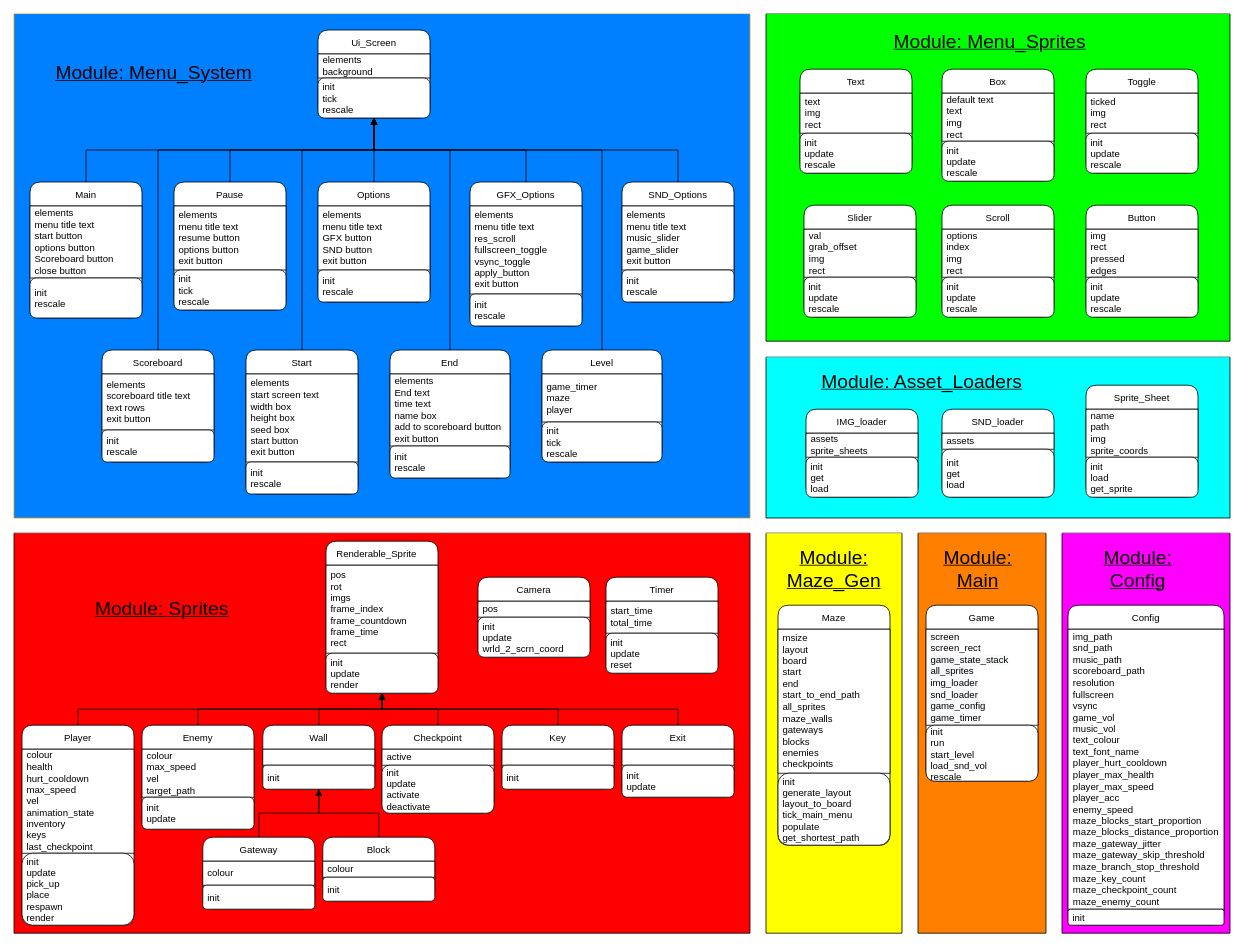
The draw.io diagram class diagrams.drawio in Scaniox/H446-programming-project, before the edit. Source tidied: cells renumbered, new cells numbered last; positions are measured from the earlier drawing's top-left corner, leaving out a move shared by most shapes. Both pictures are drawn from the tidied source at 80%, with x=0, y=0 at pixel (14, 14).
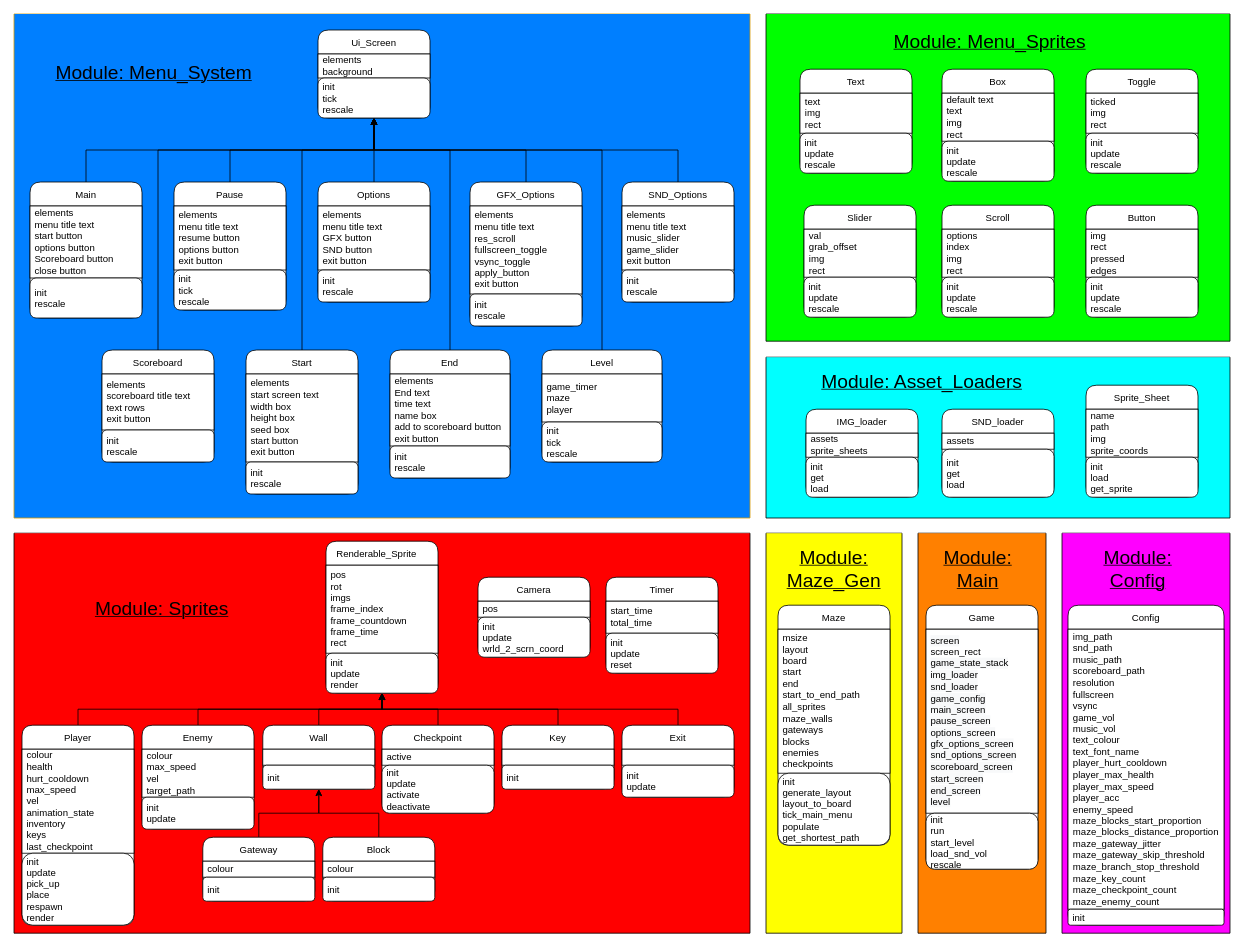
The same page after the edit.

Commit message (it also covers changes not shown here):
design - menu system tests 26 01 22

Unchanged cells that the change refers to:
```xml
<mxCell id="3" style="swimlane;startSize=0;fontSize=18;swimlaneFillColor=#FF0000;" parent="1" vertex="1">
  <mxGeometry y="649" width="920" height="500" as="geometry" />
</mxCell>
<mxCell id="51" style="swimlane;startSize=0;fontSize=36;swimlaneFillColor=#FF8000;" parent="1" vertex="1">
  <mxGeometry x="1130" y="649" width="160" height="500" as="geometry" />
</mxCell>
```

What changed in the source:
```diff
@@
     <mxCell id="20" value="Gateway" style="swimlane;fontStyle=0;horizontal=1;startSize=30;rounded=1;swimlaneFillColor=default;" parent="3" vertex="1">
-      <mxGeometry x="236" y="380" width="140" height="90" as="geometry" />
+      <mxGeometry x="236" y="380" width="140" height="80" as="geometry" />
     </mxCell>
     <mxCell id="21" value="colour" style="rounded=0;whiteSpace=wrap;html=1;align=left;spacingLeft=4;" parent="20" vertex="1">
-      <mxGeometry y="30" width="140" height="30" as="geometry" />
+      <mxGeometry y="30" width="140" height="20" as="geometry" />
     </mxCell>
     <mxCell id="22" value="init" style="text;strokeColor=default;fillColor=default;align=left;verticalAlign=middle;spacingLeft=4;spacingRight=4;overflow=hidden;rounded=1;glass=0;" parent="20" vertex="1">
-      <mxGeometry y="60" width="140" height="30" as="geometry" />
+      <mxGeometry y="50" width="140" height="30" as="geometry" />
     </mxCell>
@@
     <mxCell id="53" value="Game" style="swimlane;fontStyle=0;horizontal=1;startSize=30;rounded=1;swimlaneFillColor=default;" parent="51" vertex="1">
-      <mxGeometry x="10" y="90" width="140" height="220" as="geometry" />
+      <mxGeometry x="10" y="90" width="140" height="330" as="geometry" />
     </mxCell>
-    <mxCell id="54" value="&lt;span style=&quot;color: rgb(0 , 0 , 0) ; font-family: &amp;#34;helvetica&amp;#34; ; font-size: 12px ; font-style: normal ; font-weight: 400 ; letter-spacing: normal ; text-indent: 0px ; text-transform: none ; word-spacing: 0px ; background-color: rgb(248 , 249 , 250) ; display: inline ; float: none&quot;&gt;screen&lt;br&gt;&lt;/span&gt;screen_rect&lt;br style=&quot;padding: 0px ; margin: 0px ; color: rgb(0 , 0 , 0) ; font-family: &amp;#34;helvetica&amp;#34; ; font-size: 12px ; font-style: normal ; font-weight: 400 ; letter-spacing: normal ; text-indent: 0px ; text-transform: none ; word-spacing: 0px ; background-color: rgb(248 , 249 , 250)&quot;&gt;&lt;span style=&quot;color: rgb(0 , 0 , 0) ; font-family: &amp;#34;helvetica&amp;#34; ; font-size: 12px ; font-style: normal ; font-weight: 400 ; letter-spacing: normal ; text-indent: 0px ; text-transform: none ; word-spacing: 0px ; background-color: rgb(248 , 249 , 250) ; display: inline ; float: none&quot;&gt;game_state_stack&lt;/span&gt;&lt;br style=&quot;padding: 0px ; margin: 0px ; color: rgb(0 , 0 , 0) ; font-family: &amp;#34;helvetica&amp;#34; ; font-size: 12px ; font-style: normal ; font-weight: 400 ; letter-spacing: normal ; text-indent: 0px ; text-transform: none ; word-spacing: 0px ; background-color: rgb(248 , 249 , 250)&quot;&gt;&lt;span style=&quot;color: rgb(0 , 0 , 0) ; font-family: &amp;#34;helvetica&amp;#34; ; font-size: 12px ; font-style: normal ; font-weight: 400 ; letter-spacing: normal ; text-indent: 0px ; text-transform: none ; word-spacing: 0px ; background-color: rgb(248 , 249 , 250) ; display: inline ; float: none&quot;&gt;all_sprites&lt;/span&gt;&lt;br style=&quot;padding: 0px ; margin: 0px ; color: rgb(0 , 0 , 0) ; font-family: &amp;#34;helvetica&amp;#34; ; font-size: 12px ; font-style: normal ; font-weight: 400 ; letter-spacing: normal ; text-indent: 0px ; text-transform: none ; word-spacing: 0px ; background-color: rgb(248 , 249 , 250)&quot;&gt;&lt;span style=&quot;color: rgb(0 , 0 , 0) ; font-family: &amp;#34;helvetica&amp;#34; ; font-size: 12px ; font-style: normal ; font-weight: 400 ; letter-spacing: normal ; text-indent: 0px ; text-transform: none ; word-spacing: 0px ; background-color: rgb(248 , 249 , 250) ; display: inline ; float: none&quot;&gt;img_loader&lt;/span&gt;&lt;br style=&quot;padding: 0px ; margin: 0px ; color: rgb(0 , 0 , 0) ; font-family: &amp;#34;helvetica&amp;#34; ; font-size: 12px ; font-style: normal ; font-weight: 400 ; letter-spacing: normal ; text-indent: 0px ; text-transform: none ; word-spacing: 0px ; background-color: rgb(248 , 249 , 250)&quot;&gt;&lt;span style=&quot;color: rgb(0 , 0 , 0) ; font-family: &amp;#34;helvetica&amp;#34; ; font-size: 12px ; font-style: normal ; font-weight: 400 ; letter-spacing: normal ; text-indent: 0px ; text-transform: none ; word-spacing: 0px ; background-color: rgb(248 , 249 , 250) ; display: inline ; float: none&quot;&gt;snd_loader&lt;/span&gt;&lt;br style=&quot;padding: 0px ; margin: 0px ; color: rgb(0 , 0 , 0) ; font-family: &amp;#34;helvetica&amp;#34; ; font-size: 12px ; font-style: normal ; font-weight: 400 ; letter-spacing: normal ; text-indent: 0px ; text-transform: none ; word-spacing: 0px ; background-color: rgb(248 , 249 , 250)&quot;&gt;&lt;span style=&quot;color: rgb(0 , 0 , 0) ; font-family: &amp;#34;helvetica&amp;#34; ; font-size: 12px ; font-style: normal ; font-weight: 400 ; letter-spacing: normal ; text-indent: 0px ; text-transform: none ; word-spacing: 0px ; background-color: rgb(248 , 249 , 250) ; display: inline ; float: none&quot;&gt;game_config&lt;/span&gt;&lt;br style=&quot;padding: 0px ; margin: 0px ; color: rgb(0 , 0 , 0) ; font-family: &amp;#34;helvetica&amp;#34; ; font-size: 12px ; font-style: normal ; font-weight: 400 ; letter-spacing: normal ; text-indent: 0px ; text-transform: none ; word-spacing: 0px ; background-color: rgb(248 , 249 , 250)&quot;&gt;&lt;span style=&quot;color: rgb(0 , 0 , 0) ; font-family: &amp;#34;helvetica&amp;#34; ; font-size: 12px ; font-style: normal ; font-weight: 400 ; letter-spacing: normal ; text-indent: 0px ; text-transform: none ; word-spacing: 0px ; background-color: rgb(248 , 249 , 250) ; display: inline ; float: none&quot;&gt;game_timer&lt;/span&gt;" style="rounded=0;whiteSpace=wrap;html=1;align=left;spacingLeft=4;" parent="53" vertex="1">
-      <mxGeometry y="30" width="140" height="120" as="geometry" />
+    <mxCell id="54" value="&lt;span style=&quot;color: rgb(0 , 0 , 0) ; font-family: &amp;#34;helvetica&amp;#34; ; font-size: 12px ; font-style: normal ; font-weight: 400 ; letter-spacing: normal ; text-indent: 0px ; text-transform: none ; word-spacing: 0px ; background-color: rgb(248 , 249 , 250) ; display: inline ; float: none&quot;&gt;screen&lt;br&gt;&lt;/span&gt;screen_rect&lt;br style=&quot;padding: 0px ; margin: 0px ; color: rgb(0 , 0 , 0) ; font-family: &amp;#34;helvetica&amp;#34; ; font-size: 12px ; font-style: normal ; font-weight: 400 ; letter-spacing: normal ; text-indent: 0px ; text-transform: none ; word-spacing: 0px ; background-color: rgb(248 , 249 , 250)&quot;&gt;&lt;span style=&quot;color: rgb(0 , 0 , 0) ; font-family: &amp;#34;helvetica&amp;#34; ; font-size: 12px ; font-style: normal ; font-weight: 400 ; letter-spacing: normal ; text-indent: 0px ; text-transform: none ; word-spacing: 0px ; background-color: rgb(248 , 249 , 250) ; display: inline ; float: none&quot;&gt;game_state_stack&lt;/span&gt;&lt;br style=&quot;padding: 0px ; margin: 0px ; color: rgb(0 , 0 , 0) ; font-family: &amp;#34;helvetica&amp;#34; ; font-size: 12px ; font-style: normal ; font-weight: 400 ; letter-spacing: normal ; text-indent: 0px ; text-transform: none ; word-spacing: 0px ; background-color: rgb(248 , 249 , 250)&quot;&gt;&lt;span style=&quot;color: rgb(0 , 0 , 0) ; font-family: &amp;#34;helvetica&amp;#34; ; font-size: 12px ; font-style: normal ; font-weight: 400 ; letter-spacing: normal ; text-indent: 0px ; text-transform: none ; word-spacing: 0px ; background-color: rgb(248 , 249 , 250) ; display: inline ; float: none&quot;&gt;img_loader&lt;/span&gt;&lt;br style=&quot;padding: 0px ; margin: 0px ; color: rgb(0 , 0 , 0) ; font-family: &amp;#34;helvetica&amp;#34; ; font-size: 12px ; font-style: normal ; font-weight: 400 ; letter-spacing: normal ; text-indent: 0px ; text-transform: none ; word-spacing: 0px ; background-color: rgb(248 , 249 , 250)&quot;&gt;&lt;span style=&quot;color: rgb(0 , 0 , 0) ; font-family: &amp;#34;helvetica&amp;#34; ; font-size: 12px ; font-style: normal ; font-weight: 400 ; letter-spacing: normal ; text-indent: 0px ; text-transform: none ; word-spacing: 0px ; background-color: rgb(248 , 249 , 250) ; display: inline ; float: none&quot;&gt;snd_loader&lt;/span&gt;&lt;br style=&quot;padding: 0px ; margin: 0px ; color: rgb(0 , 0 , 0) ; font-family: &amp;#34;helvetica&amp;#34; ; font-size: 12px ; font-style: normal ; font-weight: 400 ; letter-spacing: normal ; text-indent: 0px ; text-transform: none ; word-spacing: 0px ; background-color: rgb(248 , 249 , 250)&quot;&gt;&lt;span style=&quot;color: rgb(0 , 0 , 0) ; font-family: &amp;#34;helvetica&amp;#34; ; font-size: 12px ; font-style: normal ; font-weight: 400 ; letter-spacing: normal ; text-indent: 0px ; text-transform: none ; word-spacing: 0px ; background-color: rgb(248 , 249 , 250) ; display: inline ; float: none&quot;&gt;game_config&lt;br&gt;main_screen&lt;br&gt;pause_screen&lt;br&gt;options_screen&lt;br&gt;gfx_options_screen&lt;br&gt;snd_options_screen&lt;br&gt;scoreboard_screen&lt;br&gt;start_screen&lt;br&gt;end_screen&lt;br&gt;level&lt;br&gt;&lt;/span&gt;" style="rounded=0;whiteSpace=wrap;html=1;align=left;spacingLeft=4;" parent="53" vertex="1">
+      <mxGeometry y="30" width="140" height="230" as="geometry" />
     </mxCell>
     <mxCell id="55" value="init&#10;run&#10;start_level&#10;load_snd_vol&#10;rescale" style="text;strokeColor=default;fillColor=default;align=left;verticalAlign=middle;spacingLeft=4;spacingRight=4;overflow=hidden;rounded=1;" parent="53" vertex="1">
-      <mxGeometry y="150" width="140" height="70" as="geometry" />
+      <mxGeometry y="260" width="140" height="70" as="geometry" />
     </mxCell>
```
